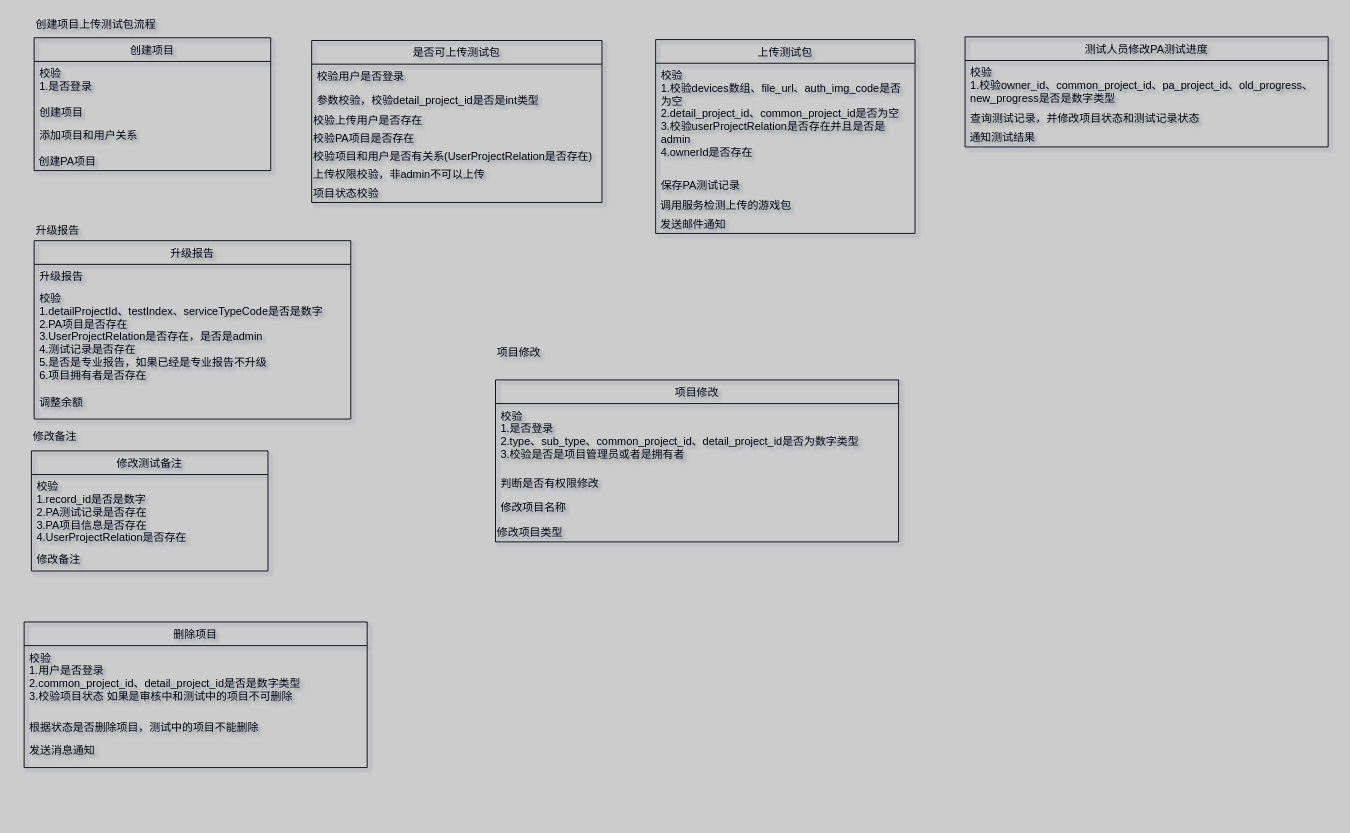
concurrentWang/SpringBoot-Labs keeps this draw.io diagram as Untitled Diagram.drawio. Above is the earlier version. Source tidied: cells renumbered, new cells numbered last; positions are measured from the earlier drawing's top-left corner, leaving out a move shared by most shapes. Both pictures are drawn from the tidied source at 91%, with x=0, y=0 at pixel (24, 15).
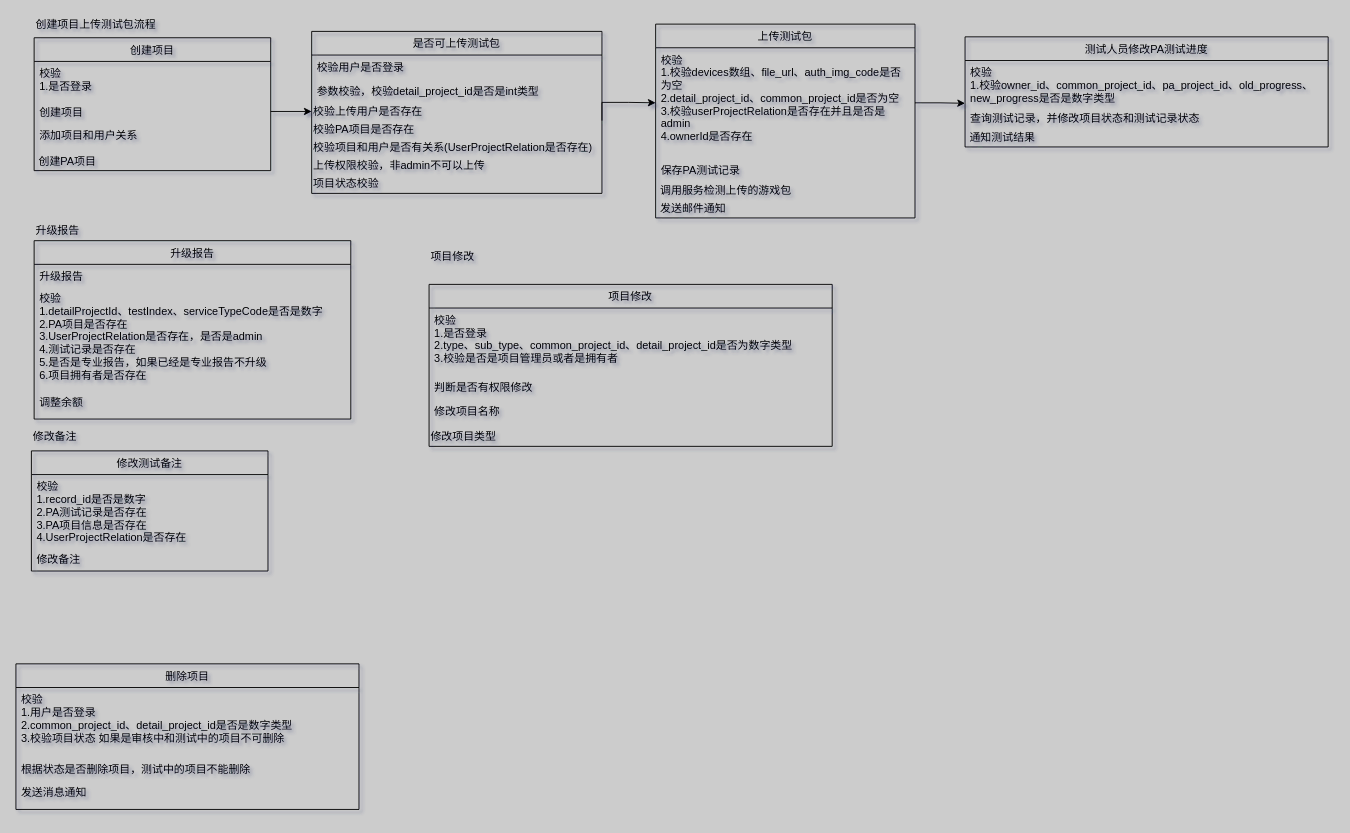
After the change.

The change refers to these unchanged cells:
```xml
<mxCell id="4" value="创建项目" style="text;strokeColor=none;fillColor=none;align=left;verticalAlign=top;spacingLeft=4;spacingRight=4;overflow=hidden;points=[[0,0.5],[1,0.5]];portConstraint=eastwest;" parent="2" vertex="1">
  <mxGeometry y="68" width="260" height="26" as="geometry" />
</mxCell>
<mxCell id="8" value="校验&#10;1.校验devices数组、file_url、auth_img_code是否&#10;为空&#10;2.detail_project_id、common_project_id是否为空&#10;3.校验userProjectRelation是否存在并且是否是&#10;admin&#10;4.ownerId是否存在" style="text;strokeColor=none;fillColor=none;align=left;verticalAlign=top;spacingLeft=4;spacingRight=4;overflow=hidden;points=[[0,0.5],[1,0.5]];portConstraint=eastwest;" parent="7" vertex="1">
  <mxGeometry y="26" width="285" height="121" as="geometry" />
</mxCell>
<mxCell id="14" value="查询测试记录，并修改项目状态和测试记录状态" style="text;strokeColor=none;fillColor=none;align=left;verticalAlign=top;spacingLeft=4;spacingRight=4;overflow=hidden;points=[[0,0.5],[1,0.5]];portConstraint=eastwest;" parent="12" vertex="1">
  <mxGeometry y="76" width="399" height="25" as="geometry" />
</mxCell>
<mxCell id="29" value="校验上传用户是否存在&amp;nbsp;" style="text;html=1;strokeColor=none;fillColor=none;align=left;verticalAlign=middle;whiteSpace=wrap;rounded=0;" parent="26" vertex="1">
  <mxGeometry y="78" width="319" height="20" as="geometry" />
</mxCell>
<mxCell id="30" value="校验PA项目是否存在" style="text;html=1;strokeColor=none;fillColor=none;align=left;verticalAlign=middle;whiteSpace=wrap;rounded=0;" parent="26" vertex="1">
  <mxGeometry y="98" width="319" height="20" as="geometry" />
</mxCell>
```

Change to the diagram source:
```diff
@@
     <mxCell id="7" value="上传测试包" style="swimlane;fontStyle=0;horizontal=1;startSize=26;fillColor=none;" parent="1" vertex="1">
-      <mxGeometry x="694" y="26" width="285" height="213" as="geometry" />
+      <mxGeometry x="694" y="9" width="285" height="213" as="geometry" />
     </mxCell>
@@
     <mxCell id="26" value="是否可上传测试包" style="swimlane;fontStyle=0;horizontal=1;startSize=26;fillColor=none;" parent="1" vertex="1">
-      <mxGeometry x="316" y="27" width="319" height="178" as="geometry" />
+      <mxGeometry x="316" y="17" width="319" height="178" as="geometry" />
     </mxCell>
@@
     <mxCell id="34" value="项目修改" style="swimlane;fontStyle=0;horizontal=1;startSize=26;fillColor=none;" parent="1" vertex="1">
-      <mxGeometry x="518" y="400" width="443" height="178" as="geometry" />
+      <mxGeometry x="445" y="295" width="443" height="178" as="geometry" />
     </mxCell>
@@
     <mxCell id="39" value="项目修改" style="text;html=1;strokeColor=none;fillColor=none;align=left;verticalAlign=middle;whiteSpace=wrap;rounded=0;" parent="1" vertex="1">
-      <mxGeometry x="518" y="357" width="106" height="25" as="geometry" />
+      <mxGeometry x="445" y="252" width="106" height="25" as="geometry" />
     </mxCell>
     <mxCell id="40" value="删除项目" style="swimlane;fontStyle=0;horizontal=1;startSize=26;fillColor=none;" parent="1" vertex="1">
-      <mxGeometry y="666" width="377" height="160" as="geometry" />
+      <mxGeometry x="-9" y="712" width="377" height="160" as="geometry" />
     </mxCell>
@@
+    <mxCell id="44" style="edgeStyle=orthogonalEdgeStyle;rounded=0;jettySize=auto;html=1;exitX=1;exitY=0.5;exitDx=0;exitDy=0;entryX=0;entryY=0.5;entryDx=0;entryDy=0;" parent="1" edge="1" source="4" target="29">
+      <mxGeometry relative="1" as="geometry" />
+    </mxCell>
+    <mxCell id="45" style="edgeStyle=orthogonalEdgeStyle;rounded=0;jettySize=auto;html=1;exitX=1;exitY=0;exitDx=0;exitDy=0;entryX=0;entryY=0.5;entryDx=0;entryDy=0;" parent="1" edge="1" source="30" target="8">
+      <mxGeometry relative="1" as="geometry" />
+    </mxCell>
+    <mxCell id="46" style="edgeStyle=orthogonalEdgeStyle;rounded=0;jettySize=auto;html=1;exitX=1;exitY=0.5;exitDx=0;exitDy=0;entryX=0;entryY=-0.12;entryDx=0;entryDy=0;entryPerimeter=0;" parent="1" edge="1" source="8" target="14">
+      <mxGeometry relative="1" as="geometry" />
+    </mxCell>
```
